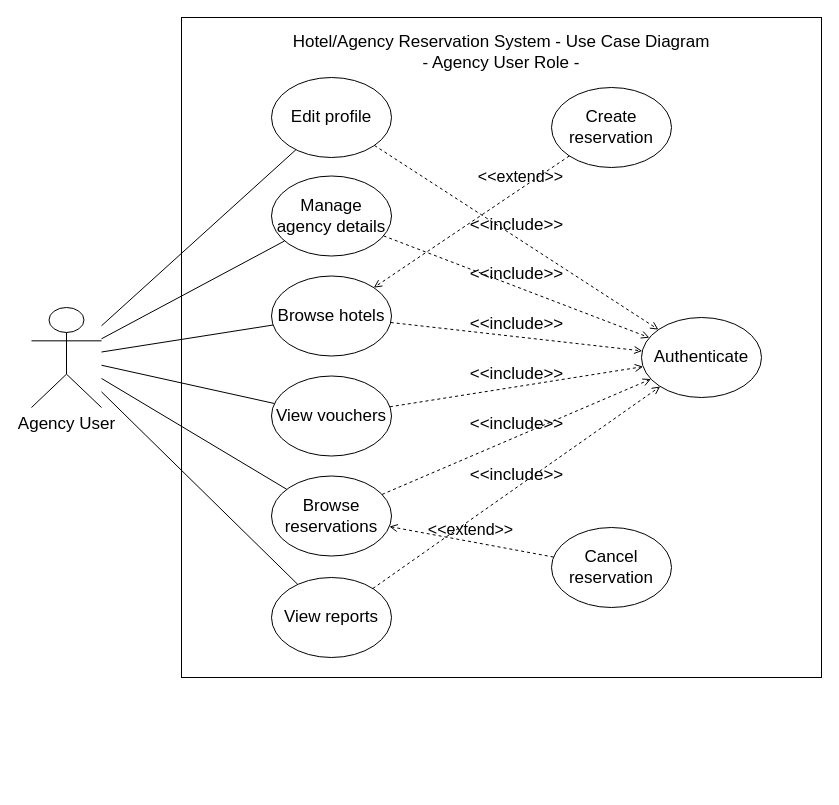
This is page "agency" (3 of 4) of use_case_diagram.drawio from jawharhmidi02/resrvy_diagrams, a draw.io file, before an edit. Source tidied: cells renumbered, new cells numbered last; positions are measured from the earlier drawing's top-left corner, leaving out a move shared by most shapes. Both pictures are drawn from the tidied source at 100%, with x=0, y=0 at pixel (31, 17).
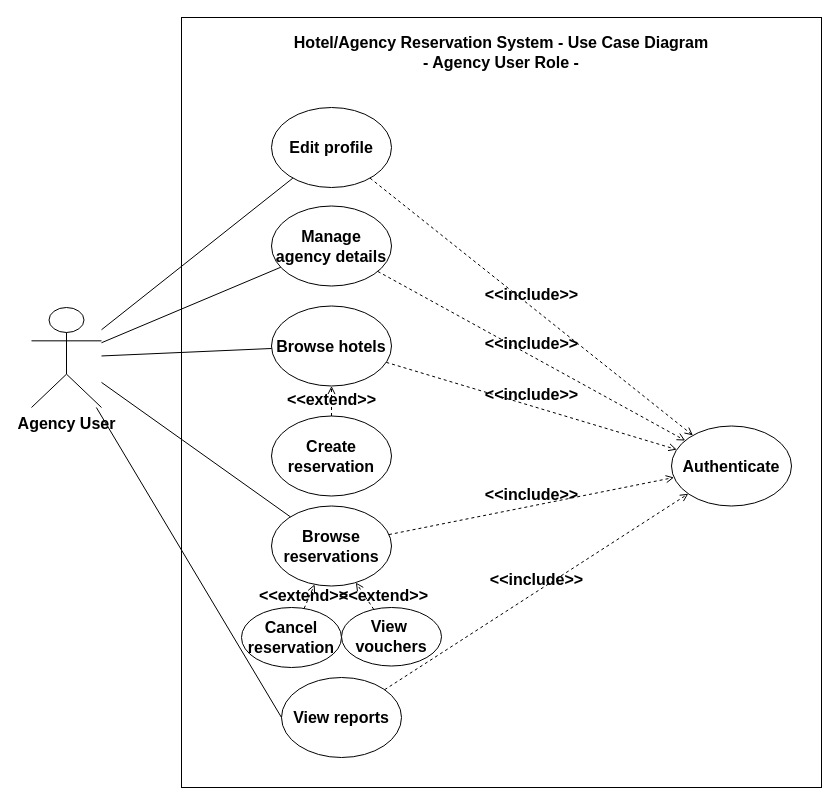
After the change.

Change to the diagram source:
```diff
@@
-    <mxCell id="2" style="rounded=0;whiteSpace=wrap;html=1;fontSize=17;" parent="1" vertex="1">
-      <mxGeometry x="150" width="640" height="660" as="geometry" />
+    <mxCell id="2" style="rounded=0;whiteSpace=wrap;html=1;fontSize=16;fontStyle=1;" parent="1" vertex="1">
+      <mxGeometry x="150" width="640" height="770" as="geometry" />
     </mxCell>
-    <mxCell id="3" value="Browse reservations" style="ellipse;whiteSpace=wrap;html=1;fontSize=17;" parent="1" vertex="1">
-      <mxGeometry x="240" y="458.5" width="120" height="80" as="geometry" />
+    <mxCell id="3" value="Browse reservations" style="ellipse;whiteSpace=wrap;html=1;fontSize=16;fontStyle=1;" parent="1" vertex="1">
+      <mxGeometry x="240" y="488.5" width="120" height="80" as="geometry" />
     </mxCell>
-    <mxCell id="4" value="Agency User" style="shape=umlActor;verticalLabelPosition=bottom;verticalAlign=top;html=1;outlineConnect=0;fontSize=17;" parent="1" vertex="1">
+    <mxCell id="4" value="Agency User" style="shape=umlActor;verticalLabelPosition=bottom;verticalAlign=top;html=1;outlineConnect=0;fontSize=16;fontStyle=1;" parent="1" vertex="1">
       <mxGeometry y="290" width="70" height="100" as="geometry" />
     </mxCell>
-    <mxCell id="5" value="Authenticate" style="ellipse;whiteSpace=wrap;html=1;fontSize=17;" parent="1" vertex="1">
-      <mxGeometry x="610" y="300" width="120" height="80" as="geometry" />
+    <mxCell id="5" value="Authenticate" style="ellipse;whiteSpace=wrap;html=1;fontSize=16;fontStyle=1;" parent="1" vertex="1">
+      <mxGeometry x="640" y="408.5" width="120" height="80" as="geometry" />
     </mxCell>
-    <mxCell id="6" value="&lt;div&gt;Manage agency details&lt;/div&gt;" style="ellipse;whiteSpace=wrap;html=1;fontSize=17;" parent="1" vertex="1">
-      <mxGeometry x="240" y="158.5" width="120" height="80" as="geometry" />
+    <mxCell id="6" value="&lt;div&gt;Manage agency details&lt;/div&gt;" style="ellipse;whiteSpace=wrap;html=1;fontSize=16;fontStyle=1;" parent="1" vertex="1">
+      <mxGeometry x="240" y="188.5" width="120" height="80" as="geometry" />
     </mxCell>
-    <mxCell id="7" value="Browse hotels" style="ellipse;whiteSpace=wrap;html=1;fontSize=17;" parent="1" vertex="1">
-      <mxGeometry x="240" y="258.5" width="120" height="80" as="geometry" />
+    <mxCell id="7" value="Browse hotels" style="ellipse;whiteSpace=wrap;html=1;fontSize=16;fontStyle=1;" parent="1" vertex="1">
+      <mxGeometry x="240" y="288.5" width="120" height="80" as="geometry" />
     </mxCell>
-    <mxCell id="8" value="&amp;lt;&amp;lt;include&amp;gt;&amp;gt;" style="html=1;verticalAlign=bottom;labelBackgroundColor=none;endArrow=open;endFill=0;dashed=1;rounded=0;fontSize=17;" parent="1" edge="1" source="15" target="5">
-      <mxGeometry relative="1" as="geometry" />
-    </mxCell>
-    <mxCell id="9" value="&amp;lt;&amp;lt;include&amp;gt;&amp;gt;" style="html=1;verticalAlign=bottom;labelBackgroundColor=none;endArrow=open;endFill=0;dashed=1;rounded=0;fontSize=17;" parent="1" edge="1" source="3" target="5">
+    <mxCell id="9" value="&amp;lt;&amp;lt;include&amp;gt;&amp;gt;" style="html=1;verticalAlign=bottom;labelBackgroundColor=none;endArrow=open;endFill=0;dashed=1;rounded=0;fontSize=16;fontStyle=1;" parent="1" edge="1" source="3" target="5">
       <mxGeometry relative="1" as="geometry" />
     </mxCell>
-    <mxCell id="10" value="&amp;lt;&amp;lt;include&amp;gt;&amp;gt;" style="html=1;verticalAlign=bottom;labelBackgroundColor=none;endArrow=open;endFill=0;dashed=1;rounded=0;fontSize=17;" parent="1" edge="1" source="7" target="5">
+    <mxCell id="10" value="&amp;lt;&amp;lt;include&amp;gt;&amp;gt;" style="html=1;verticalAlign=bottom;labelBackgroundColor=none;endArrow=open;endFill=0;dashed=1;rounded=0;fontSize=16;fontStyle=1;" parent="1" edge="1" source="7" target="5">
       <mxGeometry relative="1" as="geometry" />
     </mxCell>
-    <mxCell id="11" value="Cancel reservation" style="ellipse;whiteSpace=wrap;html=1;fontSize=17;" parent="1" vertex="1">
-      <mxGeometry x="520" y="510" width="120" height="80" as="geometry" />
+    <mxCell id="11" value="Cancel reservation" style="ellipse;whiteSpace=wrap;html=1;fontSize=16;fontStyle=1;" parent="1" vertex="1">
+      <mxGeometry x="210" y="590" width="100" height="60" as="geometry" />
     </mxCell>
-    <mxCell id="12" value="Create reservation" style="ellipse;whiteSpace=wrap;html=1;fontSize=17;" parent="1" vertex="1">
-      <mxGeometry x="520" y="70" width="120" height="80" as="geometry" />
+    <mxCell id="12" value="Create reservation" style="ellipse;whiteSpace=wrap;html=1;fontSize=16;fontStyle=1;" parent="1" vertex="1">
+      <mxGeometry x="240" y="398.5" width="120" height="80" as="geometry" />
     </mxCell>
-    <mxCell id="13" value="View reports" style="ellipse;whiteSpace=wrap;html=1;fontSize=17;" parent="1" vertex="1">
-      <mxGeometry x="240" y="560" width="120" height="80" as="geometry" />
+    <mxCell id="13" value="View reports" style="ellipse;whiteSpace=wrap;html=1;fontSize=16;fontStyle=1;" parent="1" vertex="1">
+      <mxGeometry x="250" y="660" width="120" height="80" as="geometry" />
     </mxCell>
-    <mxCell id="14" value="&amp;lt;&amp;lt;include&amp;gt;&amp;gt;" style="html=1;verticalAlign=bottom;labelBackgroundColor=none;endArrow=open;endFill=0;dashed=1;rounded=0;fontSize=17;" parent="1" edge="1" source="6" target="5">
+    <mxCell id="14" value="&amp;lt;&amp;lt;include&amp;gt;&amp;gt;" style="html=1;verticalAlign=bottom;labelBackgroundColor=none;endArrow=open;endFill=0;dashed=1;rounded=0;fontSize=16;fontStyle=1;" parent="1" edge="1" source="6" target="5">
       <mxGeometry relative="1" as="geometry" />
     </mxCell>
-    <mxCell id="15" value="View vouchers" style="ellipse;whiteSpace=wrap;html=1;fontSize=17;" parent="1" vertex="1">
-      <mxGeometry x="240" y="358.5" width="120" height="80" as="geometry" />
-    </mxCell>
-    <mxCell id="16" value="&lt;div&gt;&lt;font&gt;Hotel/Agency Reservation System - Use Case Diagram&lt;/font&gt;&lt;/div&gt;&lt;div&gt;&lt;font&gt;- Agency User Role -&lt;/font&gt;&lt;/div&gt;" style="text;html=1;align=center;verticalAlign=middle;whiteSpace=wrap;rounded=0;fontSize=17;" parent="1" vertex="1">
+    <mxCell id="16" value="&lt;div&gt;&lt;font&gt;Hotel/Agency Reservation System - Use Case Diagram&lt;/font&gt;&lt;/div&gt;&lt;div&gt;&lt;font&gt;- Agency User Role -&lt;/font&gt;&lt;/div&gt;" style="text;html=1;align=center;verticalAlign=middle;whiteSpace=wrap;rounded=0;fontSize=16;fontStyle=1;" parent="1" vertex="1">
       <mxGeometry x="150" y="10" width="640" height="50" as="geometry" />
     </mxCell>
-    <mxCell id="17" value="&amp;lt;&amp;lt;include&amp;gt;&amp;gt;" style="html=1;verticalAlign=bottom;labelBackgroundColor=none;endArrow=open;endFill=0;dashed=1;rounded=0;fontSize=17;" parent="1" edge="1" source="13" target="5">
+    <mxCell id="17" value="&amp;lt;&amp;lt;include&amp;gt;&amp;gt;" style="html=1;verticalAlign=bottom;labelBackgroundColor=none;endArrow=open;endFill=0;dashed=1;rounded=0;fontSize=16;fontStyle=1;" parent="1" edge="1" source="13" target="5">
       <mxGeometry relative="1" as="geometry" />
     </mxCell>
-    <mxCell id="18" style="endArrow=none;html=1;rounded=0;fontSize=17;" parent="1" edge="1" source="4" target="13">
+    <mxCell id="18" style="endArrow=none;html=1;rounded=0;fontSize=16;entryX=0;entryY=0.5;entryDx=0;entryDy=0;fontStyle=1;" parent="1" edge="1" source="4" target="13">
       <mxGeometry relative="1" as="geometry" />
     </mxCell>
-    <mxCell id="19" style="endArrow=none;html=1;rounded=0;fontSize=17;" parent="1" edge="1" source="4" target="15">
-      <mxGeometry relative="1" as="geometry" />
-    </mxCell>
-    <mxCell id="20" style="endArrow=none;html=1;rounded=0;fontSize=17;" parent="1" edge="1" source="4" target="3">
+    <mxCell id="20" style="endArrow=none;html=1;rounded=0;fontSize=16;fontStyle=1;" parent="1" edge="1" source="4" target="3">
       <mxGeometry relative="1" as="geometry" />
     </mxCell>
-    <mxCell id="21" style="endArrow=none;html=1;rounded=0;fontSize=17;" parent="1" edge="1" source="4" target="7">
+    <mxCell id="21" style="endArrow=none;html=1;rounded=0;fontSize=16;fontStyle=1;" parent="1" edge="1" source="4" target="7">
       <mxGeometry relative="1" as="geometry" />
     </mxCell>
-    <mxCell id="22" style="endArrow=none;html=1;rounded=0;fontSize=17;" parent="1" edge="1" source="4" target="6">
+    <mxCell id="22" style="endArrow=none;html=1;rounded=0;fontSize=16;fontStyle=1;" parent="1" edge="1" source="4" target="6">
       <mxGeometry relative="1" as="geometry" />
     </mxCell>
-    <mxCell id="23" value="&amp;lt;&amp;lt;extend&amp;gt;&amp;gt;" style="html=1;verticalAlign=bottom;labelBackgroundColor=none;endArrow=open;endFill=0;dashed=1;rounded=0;fontSize=16;" parent="1" edge="1" source="12" target="7">
-      <mxGeometry x="-0.51" y="-1" relative="1" as="geometry">
-        <mxPoint y="1" as="offset" />
-      </mxGeometry>
+    <mxCell id="23" value="&amp;lt;&amp;lt;extend&amp;gt;&amp;gt;" style="html=1;verticalAlign=bottom;labelBackgroundColor=none;endArrow=open;endFill=0;dashed=1;rounded=0;fontSize=16;fontStyle=1;" parent="1" edge="1" source="12" target="7">
+      <mxGeometry x="-0.66" relative="1" as="geometry" />
     </mxCell>
-    <mxCell id="24" value="&amp;lt;&amp;lt;extend&amp;gt;&amp;gt;" style="html=1;verticalAlign=bottom;labelBackgroundColor=none;endArrow=open;endFill=0;dashed=1;rounded=0;fontSize=16;" parent="1" edge="1" source="11" target="3">
-      <mxGeometry relative="1" as="geometry" />
+    <mxCell id="24" value="&amp;lt;&amp;lt;extend&amp;gt;&amp;gt;" style="html=1;verticalAlign=bottom;labelBackgroundColor=none;endArrow=open;endFill=0;dashed=1;rounded=0;fontSize=16;fontStyle=1;" parent="1" edge="1" source="11" target="3">
+      <mxGeometry x="-0.91" y="1" relative="1" as="geometry" />
     </mxCell>
-    <mxCell id="25" value="Edit profile" style="ellipse;whiteSpace=wrap;html=1;fontSize=17;" parent="1" vertex="1">
-      <mxGeometry x="240" y="60" width="120" height="80" as="geometry" />
+    <mxCell id="25" value="Edit profile" style="ellipse;whiteSpace=wrap;html=1;fontSize=16;fontStyle=1;" parent="1" vertex="1">
+      <mxGeometry x="240" y="90" width="120" height="80" as="geometry" />
     </mxCell>
-    <mxCell id="26" style="endArrow=none;html=1;rounded=0;fontSize=17;" parent="1" edge="1" source="4" target="25">
+    <mxCell id="26" style="endArrow=none;html=1;rounded=0;fontSize=16;fontStyle=1;" parent="1" edge="1" source="4" target="25">
       <mxGeometry relative="1" as="geometry" />
     </mxCell>
-    <mxCell id="27" value="&amp;lt;&amp;lt;include&amp;gt;&amp;gt;" style="html=1;verticalAlign=bottom;labelBackgroundColor=none;endArrow=open;endFill=0;dashed=1;rounded=0;fontSize=17;" parent="1" edge="1" source="25" target="5">
+    <mxCell id="27" value="&amp;lt;&amp;lt;include&amp;gt;&amp;gt;" style="html=1;verticalAlign=bottom;labelBackgroundColor=none;endArrow=open;endFill=0;dashed=1;rounded=0;fontSize=16;fontStyle=1;" parent="1" edge="1" source="25" target="5">
       <mxGeometry relative="1" as="geometry" />
     </mxCell>
+    <mxCell id="15" value="&lt;div&gt;View&amp;nbsp;&lt;/div&gt;&lt;div&gt;vouchers&lt;/div&gt;" style="ellipse;whiteSpace=wrap;html=1;fontSize=16;fontStyle=1;" parent="1" vertex="1">
+      <mxGeometry x="310" y="590" width="100" height="58.5" as="geometry" />
+    </mxCell>
+    <mxCell id="28" value="&amp;lt;&amp;lt;extend&amp;gt;&amp;gt;" style="html=1;verticalAlign=bottom;labelBackgroundColor=none;endArrow=open;endFill=0;dashed=1;rounded=0;fontSize=16;fontStyle=1;" parent="1" edge="1" source="15" target="3">
+      <mxGeometry x="-1" y="-11" relative="1" as="geometry">
+        <mxPoint x="1" y="4" as="offset" />
+      </mxGeometry>
+    </mxCell>
```
